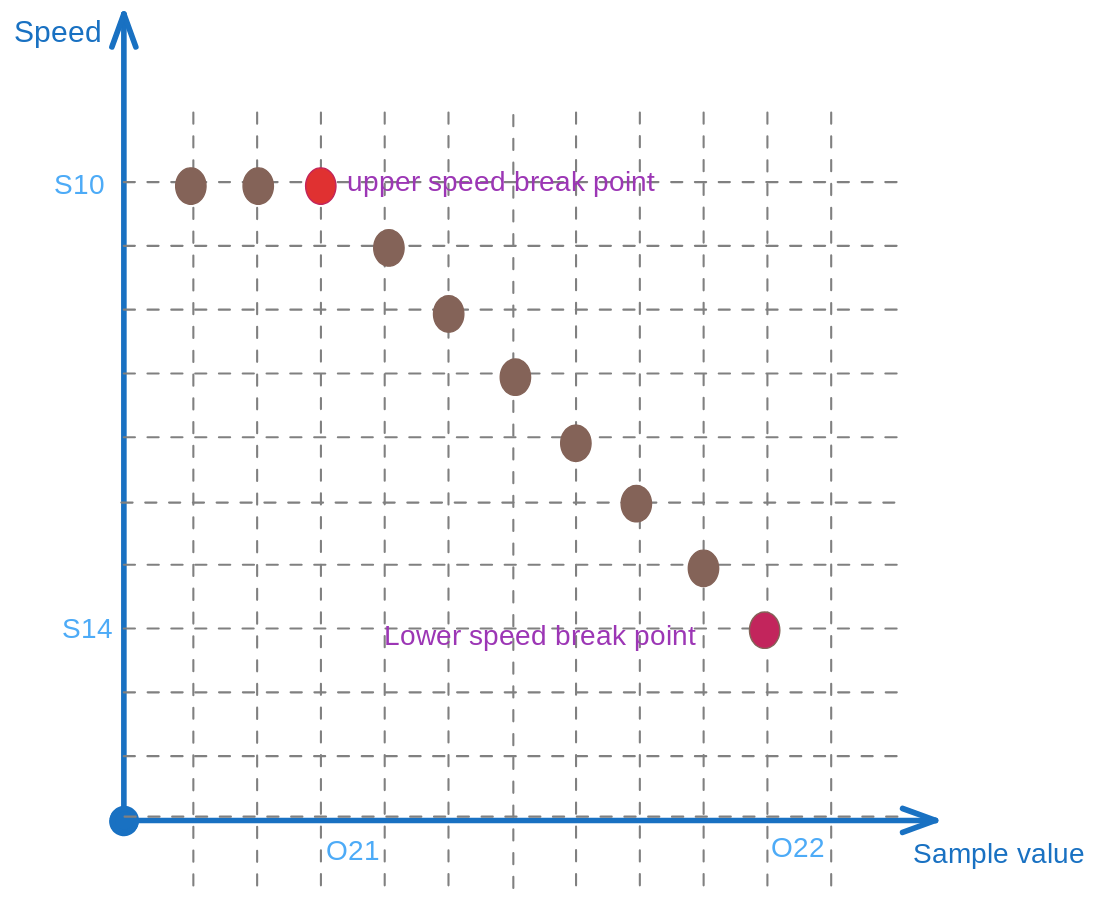
The Excalidraw diagram source/_static/common/speed_limit_potentiometer.excalidraw.svg in Project-YXKJ/SilverStarSCS.Docs-zh-cn, before a commit. Source tidied: one line per element, renumbered; positions are measured from the earlier drawing's top-left corner, leaving out a move shared by most shapes.
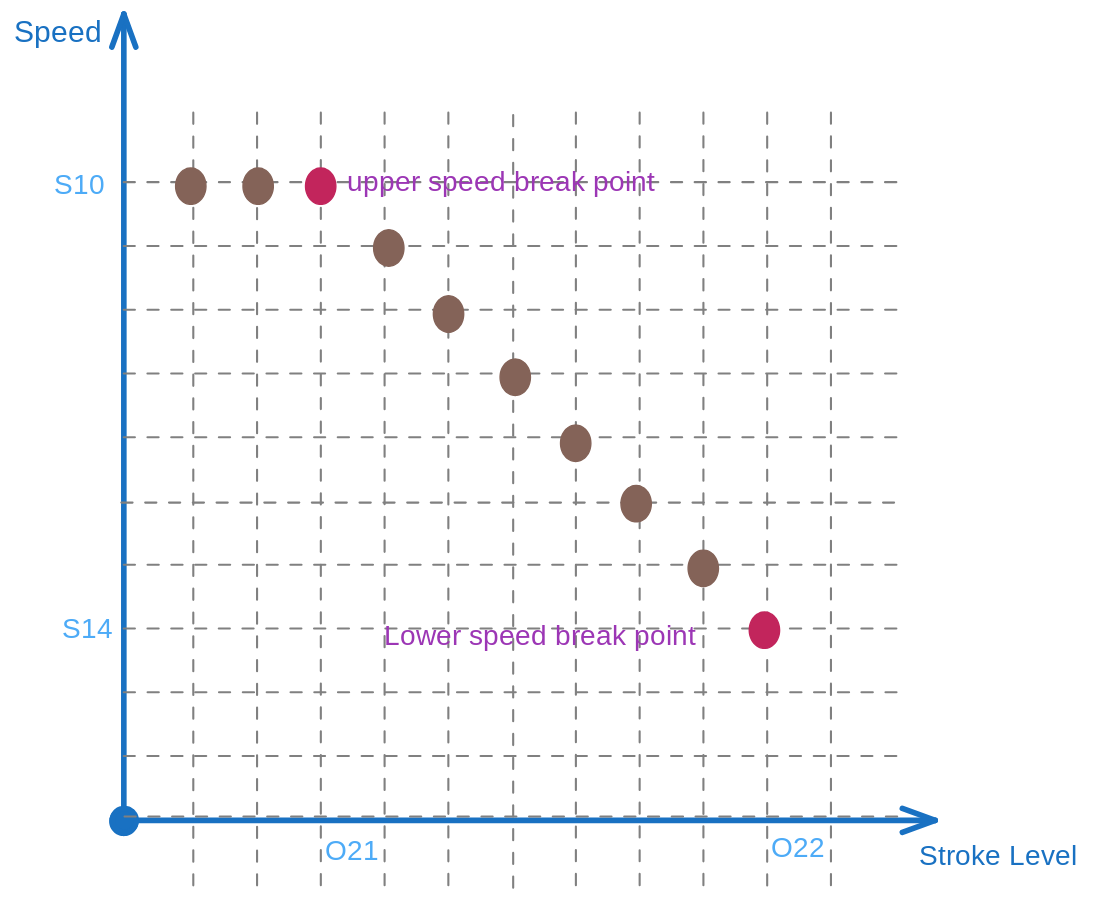
Later version of the same file.

The edit, as a diff of the source:
```diff
@@ -20,20 +20,20 @@
 {"id": 19, "type": "line", "strokeColor": "#808080", "angle": 1.57, "strokeWidth": 1, "strokeStyle": "dashed", "roughness": 0, "x": 106, "y": 347, "width": 555, "height": 0, "points": [[0, 0], [555, 0]]}
 {"id": 20, "type": "line", "strokeColor": "#808080", "angle": 1.57, "strokeWidth": 1, "strokeStyle": "dashed", "roughness": 0, "x": 334, "y": 347, "width": 555, "height": 0, "points": [[0, 0], [555, 0]]}
 {"id": 21, "type": "line", "strokeColor": "#808080", "angle": 1.57, "strokeWidth": 1, "strokeStyle": "dashed", "roughness": 0, "x": 61, "y": 347, "width": 555, "height": 0, "points": [[0, 0], [555, 0]]}
-{"id": 22, "type": "text", "text": "Sample value", "strokeColor": "#1971c2", "strokeWidth": 4, "roughness": 0, "fontSize": 20, "fontFamily": 5, "x": 852, "y": 588, "width": 119, "height": 25}
+{"id": 22, "type": "text", "text": "Stroke Level", "strokeColor": "#1971c2", "strokeWidth": 4, "roughness": 0, "fontSize": 20, "fontFamily": 5, "x": 857, "y": 589, "width": 120, "height": 25}
 {"id": 23, "type": "text", "text": "Speed", "strokeColor": "#1971c2", "strokeWidth": 4, "roughness": 0, "fontSize": 21.1, "fontFamily": 5, "x": 210, "y": 0, "width": 60, "height": 26}
 {"id": 24, "type": "line", "strokeColor": "#808080", "angle": 1.57, "strokeWidth": 1, "strokeStyle": "dashed", "roughness": 0, "x": 289, "y": 348, "width": 555, "height": 0, "points": [[0, 0], [555, 0]]}
 {"id": 25, "type": "line", "strokeColor": "#808080", "strokeWidth": 1, "strokeStyle": "dashed", "roughness": 0, "x": 287, "y": 348, "width": 555, "height": 0, "points": [[0, 0], [555, 0]]}
 {"id": 26, "type": "ellipse", "strokeColor": "#846358", "backgroundColor": "#846358", "fillStyle": "solid", "strokeWidth": 1, "roughness": 0, "round": true, "x": 325, "y": 109, "width": 22, "height": 26}
 {"id": 27, "type": "ellipse", "strokeColor": "#846358", "backgroundColor": "#846358", "fillStyle": "solid", "strokeWidth": 1, "roughness": 0, "round": true, "x": 373, "y": 109, "width": 22, "height": 26}
-{"id": 28, "type": "ellipse", "strokeColor": "#c2255c", "backgroundColor": "#e03131", "fillStyle": "solid", "strokeWidth": 1, "roughness": 0, "round": true, "x": 418, "y": 109, "width": 22, "height": 26}
+{"id": 28, "type": "ellipse", "strokeColor": "#c2255c", "backgroundColor": "#c2255c", "fillStyle": "solid", "strokeWidth": 1, "roughness": 0, "round": true, "x": 418, "y": 109, "width": 22, "height": 26}
 {"id": 29, "type": "ellipse", "strokeColor": "#846358", "backgroundColor": "#846358", "fillStyle": "solid", "strokeWidth": 1, "roughness": 0, "round": true, "x": 467, "y": 153, "width": 22, "height": 26}
 {"id": 30, "type": "ellipse", "strokeColor": "#846358", "backgroundColor": "#846358", "fillStyle": "solid", "strokeWidth": 1, "roughness": 0, "round": true, "x": 509, "y": 200, "width": 22, "height": 26}
 {"id": 31, "type": "ellipse", "strokeColor": "#846358", "backgroundColor": "#846358", "fillStyle": "solid", "strokeWidth": 1, "roughness": 0, "round": true, "x": 557, "y": 245, "width": 22, "height": 26}
 {"id": 32, "type": "ellipse", "strokeColor": "#846358", "backgroundColor": "#846358", "fillStyle": "solid", "strokeWidth": 1, "roughness": 0, "round": true, "x": 600, "y": 292, "width": 22, "height": 26}
 {"id": 33, "type": "ellipse", "strokeColor": "#846358", "backgroundColor": "#846358", "fillStyle": "solid", "strokeWidth": 1, "roughness": 0, "round": true, "x": 644, "y": 336, "width": 22, "height": 26}
 {"id": 34, "type": "ellipse", "strokeColor": "#846358", "backgroundColor": "#846358", "fillStyle": "solid", "strokeWidth": 1, "roughness": 0, "round": true, "x": 691, "y": 382, "width": 22, "height": 26}
-{"id": 35, "type": "ellipse", "strokeColor": "#846358", "backgroundColor": "#c2255c", "fillStyle": "solid", "strokeWidth": 1, "roughness": 0, "round": true, "x": 735, "y": 426, "width": 22, "height": 26}
+{"id": 35, "type": "ellipse", "strokeColor": "#c2255c", "backgroundColor": "#c2255c", "fillStyle": "solid", "strokeWidth": 1, "roughness": 0, "round": true, "x": 735, "y": 426, "width": 22, "height": 26}
 {"id": 36, "type": "text", "text": "upper speed break point ", "strokeColor": "#9c36b5", "backgroundColor": "#1e1e1e", "fillStyle": "solid", "strokeWidth": 1, "roughness": 0, "fontSize": 20, "fontFamily": 8, "x": 448, "y": 107, "width": 264, "height": 25}
 {"id": 37, "type": "text", "text": "Lower speed break point", "strokeColor": "#9c36b5", "backgroundColor": "#fa5252", "fillStyle": "solid", "strokeWidth": 1, "roughness": 0, "fontSize": 20, "fontFamily": 8, "x": 474, "y": 432, "width": 253, "height": 25}
 {"id": 38, "type": "text", "text": "O21", "strokeColor": "#4dabf7", "backgroundColor": "#e8590c", "fillStyle": "solid", "strokeWidth": 1, "roughness": 0, "fontSize": 20, "fontFamily": 5, "x": 432, "y": 585, "width": 38, "height": 25}
```
